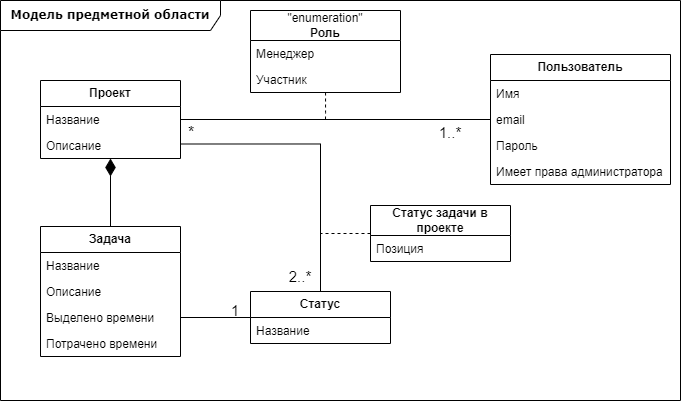
Before: docs/domain_model.png, a diagram exported from draw.io (aVorotnikov/thunder_board). Source tidied: cells renumbered, new cells last; positions are measured from the earlier drawing's top-left corner, leaving out a move shared by most shapes.
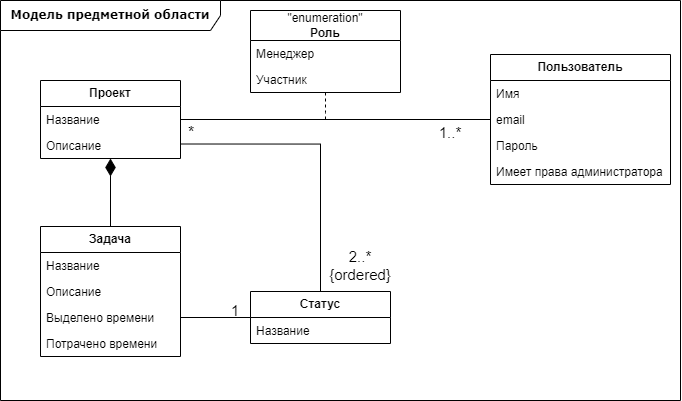
Later version of the same file.

Commit message:
Add ordered specificator

Diff of the diagram source:
```diff
@@ -89,19 +89,8 @@
     <mxCell id="28" value="1" style="text;html=1;strokeColor=none;fillColor=none;align=center;verticalAlign=middle;whiteSpace=wrap;rounded=0;fontSize=15;" parent="1" vertex="1">
       <mxGeometry x="220" y="300" width="30" height="20" as="geometry" />
     </mxCell>
-    <mxCell id="29" value="2..*" style="text;html=1;strokeColor=none;fillColor=none;align=center;verticalAlign=middle;whiteSpace=wrap;rounded=0;fontSize=15;" parent="1" vertex="1">
-      <mxGeometry x="270" y="261" width="60" height="30" as="geometry" />
+    <mxCell id="29" value="2..* {ordered}" style="text;html=1;strokeColor=none;fillColor=none;align=center;verticalAlign=middle;whiteSpace=wrap;rounded=0;fontSize=15;" parent="1" vertex="1">
+      <mxGeometry x="330" y="250" width="60" height="30" as="geometry" />
     </mxCell>
-    <mxCell id="30" style="edgeStyle=orthogonalEdgeStyle;rounded=0;jettySize=auto;html=1;dashed=1;endArrow=none;endFill=0;" parent="1" edge="1" source="31">
-      <mxGeometry relative="1" as="geometry">
-        <mxPoint x="320" y="233" as="targetPoint" />
-      </mxGeometry>
-    </mxCell>
-    <mxCell id="31" value="&lt;b&gt;Статус задачи в проекте&lt;/b&gt;" style="swimlane;fontStyle=0;horizontal=1;startSize=30;fillColor=none;whiteSpace=wrap;html=1;" parent="1" vertex="1">
-      <mxGeometry x="370" y="205" width="140" height="56" as="geometry" />
-    </mxCell>
-    <mxCell id="32" value="Позиция" style="text;strokeColor=none;fillColor=none;align=left;verticalAlign=top;spacingLeft=4;spacingRight=4;overflow=hidden;whiteSpace=wrap;html=1;" parent="31" vertex="1">
-      <mxGeometry y="30" width="140" height="26" as="geometry" />
-    </mxCell>
   </root>
 </mxGraphModel>
```
